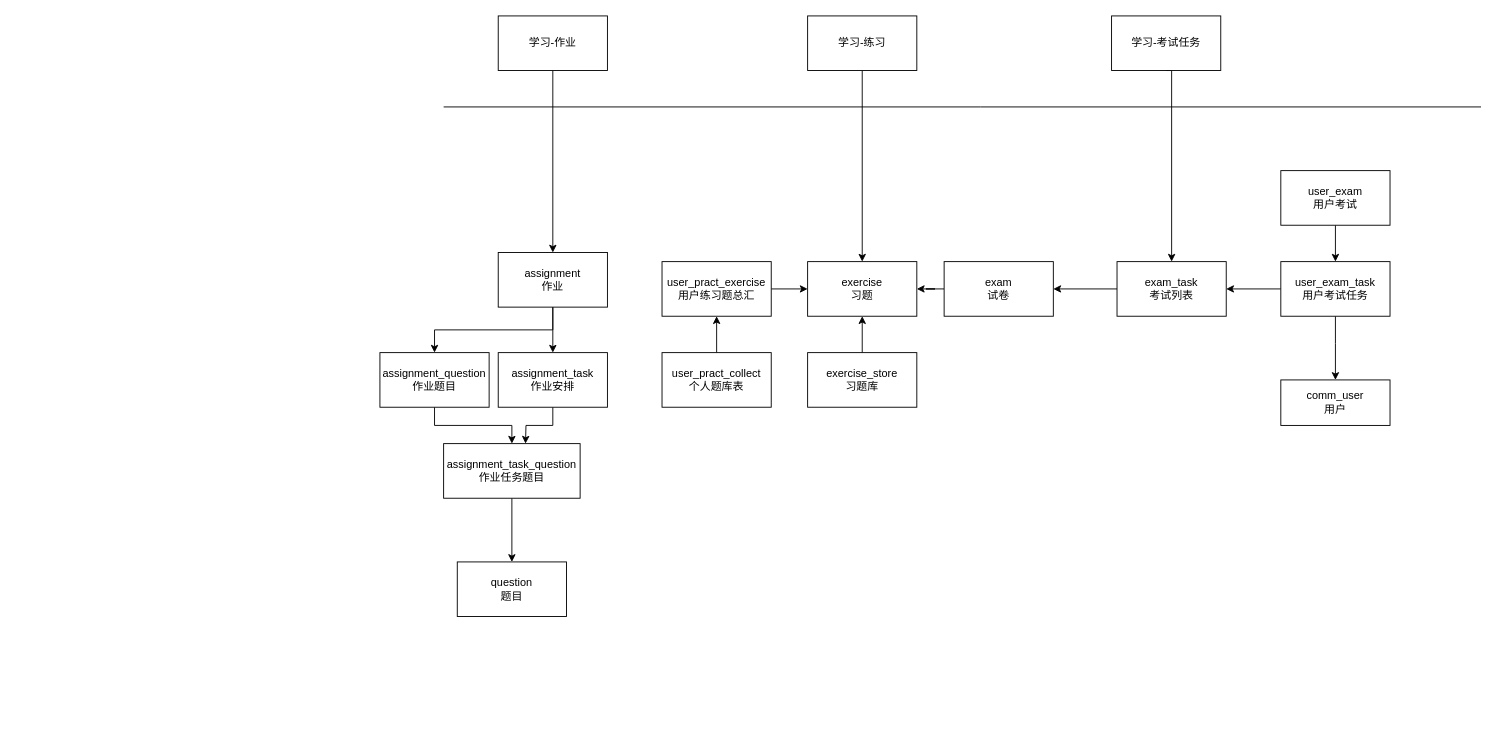
w849027724/draw_files keeps this draw.io diagram as exe/Untitled Diagram.drawio. Above is the earlier version. Source tidied: cells renumbered, new cells numbered last; positions are measured from the earlier drawing's top-left corner, leaving out a move shared by most shapes. Both pictures are drawn from the tidied source at 91%, with x=0, y=0 at pixel (379, 15).
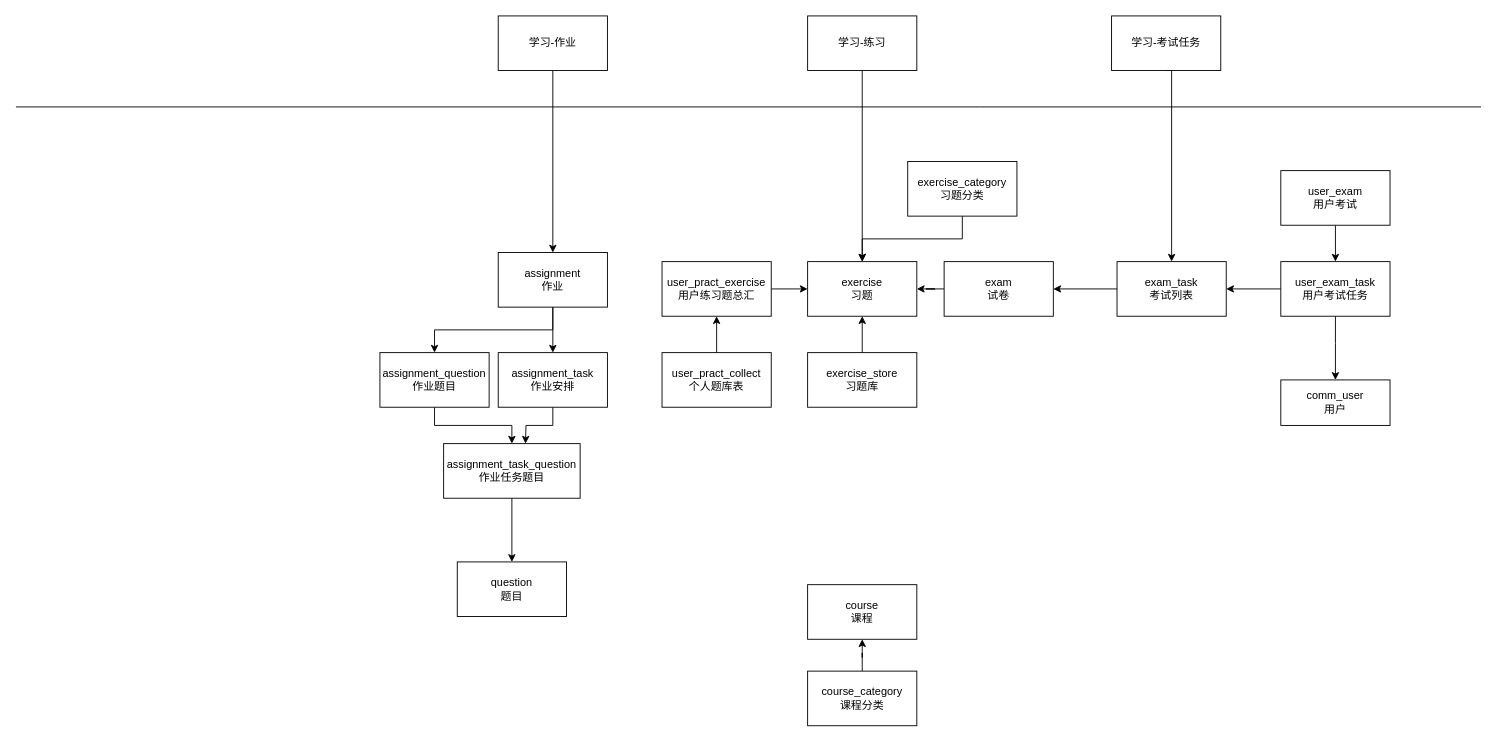
The same page after the edit.

The change refers to these unchanged cells:
```xml
<mxCell id="10" value="exercise&lt;br&gt;习题" style="rounded=0;whiteSpace=wrap;html=1;" parent="1" vertex="1">
  <mxGeometry x="470" y="270" width="120" height="60" as="geometry" />
</mxCell>
```

Diff of the diagram source:
```diff
@@
     <mxCell id="24" style="endArrow=none;html=1;rounded=0;" parent="1" edge="1">
       <mxGeometry relative="1" as="geometry">
-        <mxPoint x="70" y="100" as="sourcePoint" />
+        <mxPoint x="-400" y="100" as="sourcePoint" />
         <mxPoint x="1210" y="100" as="targetPoint" />
         <Array as="points">
           <mxPoint x="660" y="100" />
         </Array>
       </mxGeometry>
     </mxCell>
@@
+    <mxCell id="36" value="course&lt;br&gt;课程" style="rounded=0;whiteSpace=wrap;html=1;" parent="1" vertex="1">
+      <mxGeometry x="470" y="625" width="120" height="60" as="geometry" />
+    </mxCell>
+    <mxCell id="37" style="edgeStyle=orthogonalEdgeStyle;rounded=0;jettySize=auto;html=1;exitX=0.5;exitY=1;exitDx=0;exitDy=0;entryX=0.5;entryY=0;entryDx=0;entryDy=0;" parent="1" edge="1" source="38" target="10">
+      <mxGeometry relative="1" as="geometry" />
+    </mxCell>
+    <mxCell id="38" value="exercise_category&lt;br&gt;习题分类" style="rounded=0;whiteSpace=wrap;html=1;" parent="1" vertex="1">
+      <mxGeometry x="580" y="160" width="120" height="60" as="geometry" />
+    </mxCell>
+    <mxCell id="39" style="edgeStyle=orthogonalEdgeStyle;rounded=0;jettySize=auto;html=1;exitX=0.5;exitY=0;exitDx=0;exitDy=0;" parent="1" edge="1" source="40" target="36">
+      <mxGeometry relative="1" as="geometry" />
+    </mxCell>
+    <mxCell id="40" value="course_category&lt;br&gt;课程分类" style="rounded=0;whiteSpace=wrap;html=1;" parent="1" vertex="1">
+      <mxGeometry x="470" y="720" width="120" height="60" as="geometry" />
+    </mxCell>
```
